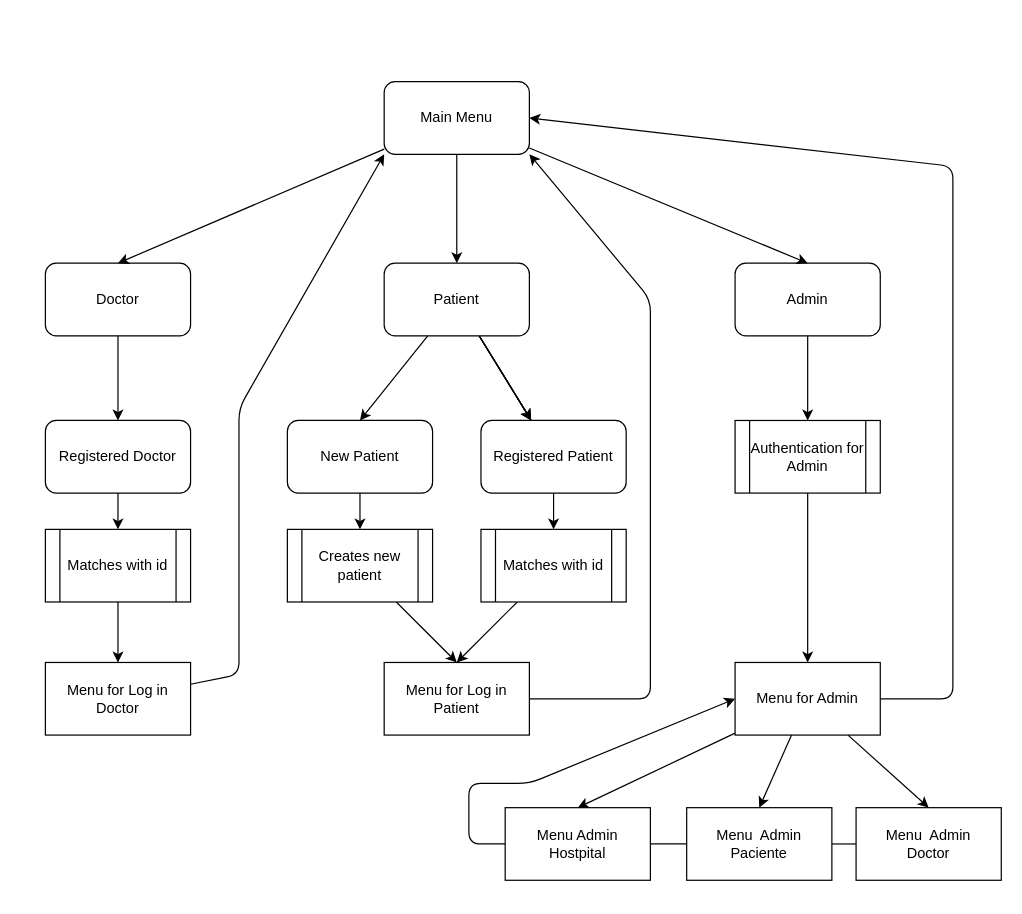
The draw.io diagram diagrams/Menu.drawio in adrianArimany/Manejo_Hospitales, before the edit. Source tidied: cells renumbered, new cells numbered last; positions are measured from the earlier drawing's top-left corner, leaving out a move shared by most shapes. Both pictures are drawn from the tidied source at 121%, with x=0, y=0 at pixel (45, 81).
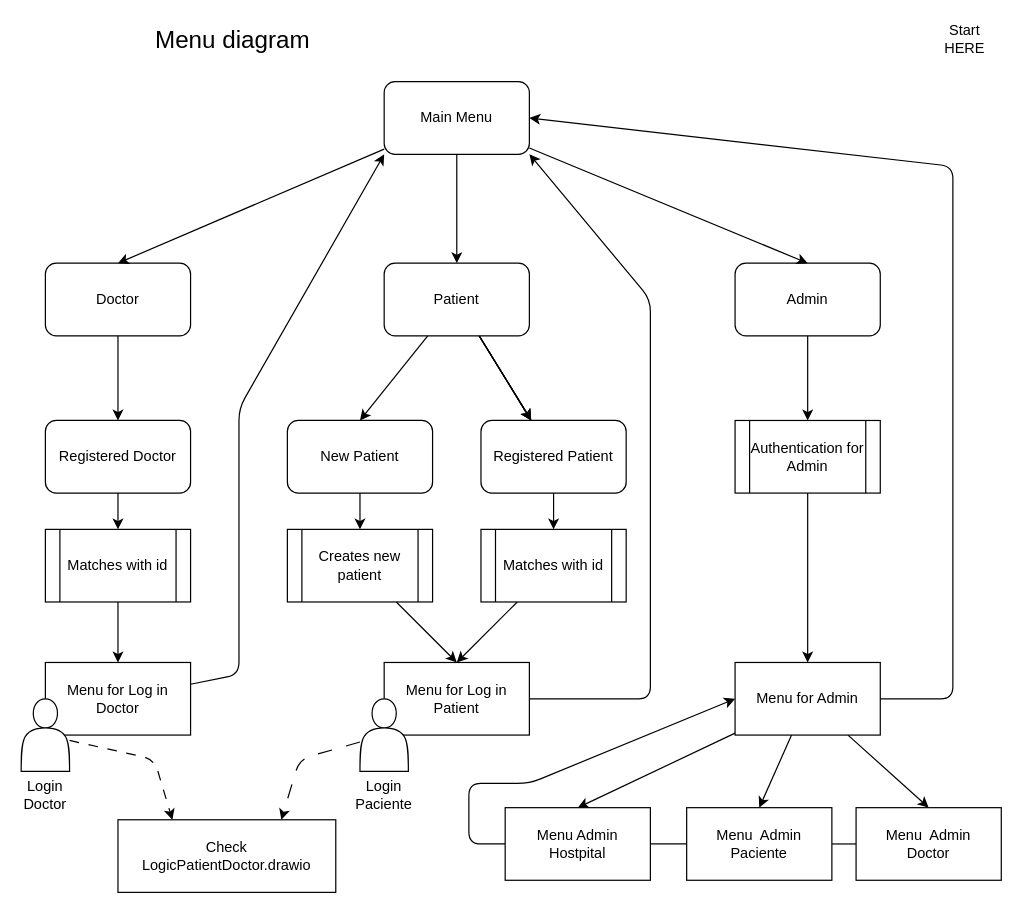
Above is the later version.

What changed in the source:
```diff
@@
+    <mxCell id="45" style="edgeStyle=none;html=1;entryX=0.25;entryY=0;entryDx=0;entryDy=0;dashed=1;dashPattern=8 8;" parent="1" edge="1" source="46" target="49">
+      <mxGeometry relative="1" as="geometry">
+        <Array as="points">
+          <mxPoint x="90" y="560" />
+        </Array>
+      </mxGeometry>
+    </mxCell>
+    <mxCell id="46" value="&lt;br&gt;&lt;br&gt;&lt;br&gt;&lt;br&gt;&lt;br&gt;&lt;br&gt;&lt;br&gt;Login Doctor" style="shape=actor;whiteSpace=wrap;html=1;" parent="1" vertex="1">
+      <mxGeometry x="-20" y="510" width="40" height="60" as="geometry" />
+    </mxCell>
+    <mxCell id="47" style="edgeStyle=none;html=1;entryX=0.75;entryY=0;entryDx=0;entryDy=0;dashed=1;dashPattern=12 12;" parent="1" edge="1" source="48" target="49">
+      <mxGeometry relative="1" as="geometry">
+        <Array as="points">
+          <mxPoint x="210" y="560" />
+        </Array>
+      </mxGeometry>
+    </mxCell>
+    <mxCell id="48" value="&lt;br&gt;&lt;br&gt;&lt;br&gt;&lt;br&gt;&lt;br&gt;&lt;br&gt;&lt;br&gt;Login Paciente" style="shape=actor;whiteSpace=wrap;html=1;" parent="1" vertex="1">
+      <mxGeometry x="260" y="510" width="40" height="60" as="geometry" />
+    </mxCell>
+    <mxCell id="49" value="Check&lt;br&gt;LogicPatientDoctor.drawio" style="rounded=0;whiteSpace=wrap;html=1;" parent="1" vertex="1">
+      <mxGeometry x="60" y="610" width="180" height="60" as="geometry" />
+    </mxCell>
+    <mxCell id="50" value="Menu diagram" style="text;html=1;strokeColor=none;fillColor=none;align=center;verticalAlign=middle;whiteSpace=wrap;rounded=0;fontSize=20;" parent="1" vertex="1">
+      <mxGeometry x="-20" y="-50" width="350" height="30" as="geometry" />
+    </mxCell>
+    <mxCell id="51" value="Start HERE" style="text;html=1;strokeColor=none;fillColor=none;align=center;verticalAlign=middle;whiteSpace=wrap;rounded=0;" parent="1" vertex="1">
+      <mxGeometry x="730" y="-50" width="60" height="30" as="geometry" />
+    </mxCell>
```
